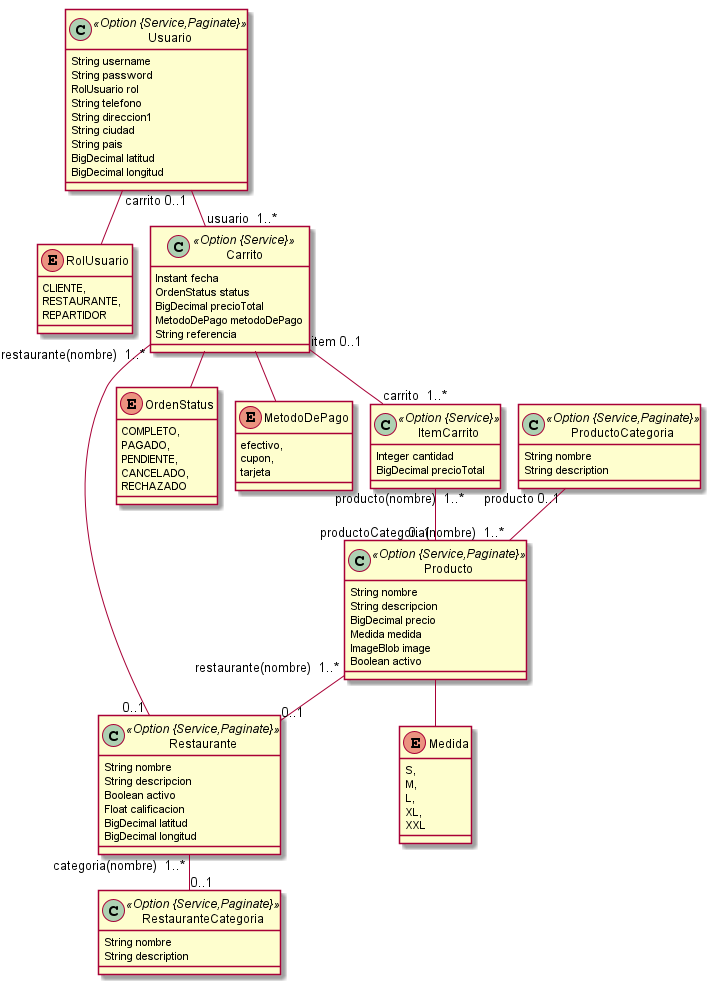
Before: jhipster-jdl.png, a diagram exported from PlantUML (maximilianoPizarro/pedidos-rapiditos-back).
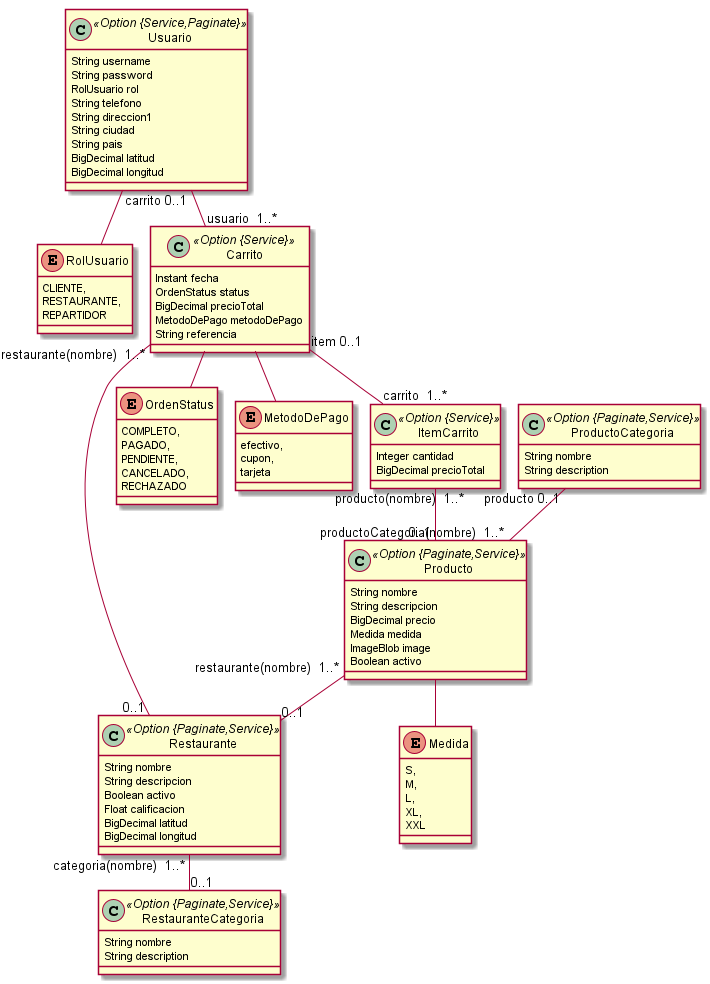
The same file after the commit.

Change to the diagram source:
```diff
@@ -1,7 +1,7 @@
 @startuml
 	!pragma graphviz_dot jdot
 	!pragma syntax class
-	class Producto <<Option {Service,Paginate}>> {
+	class Producto <<Option {Paginate,Service}>> {
 		String nombre
 		String descripcion
 		BigDecimal precio
@@ -10,7 +10,7 @@
 		Boolean activo
 	}
 	Producto ..> Medida
-	class Restaurante <<Option {Service,Paginate}>> {
+	class Restaurante <<Option {Paginate,Service}>> {
 		String nombre
 		String descripcion
 		Boolean activo
@@ -18,7 +18,7 @@
 		BigDecimal latitud
 		BigDecimal longitud
 	}
-	class RestauranteCategoria <<Option {Service,Paginate}>> {
+	class RestauranteCategoria <<Option {Paginate,Service}>> {
 		String nombre
 		String description
 	}
@@ -29,7 +29,7 @@
 		XL,
 		XXL
 	}
-	class ProductoCategoria <<Option {Service,Paginate}>> {
+	class ProductoCategoria <<Option {Paginate,Service}>> {
 		String nombre
 		String description
 	}
```
